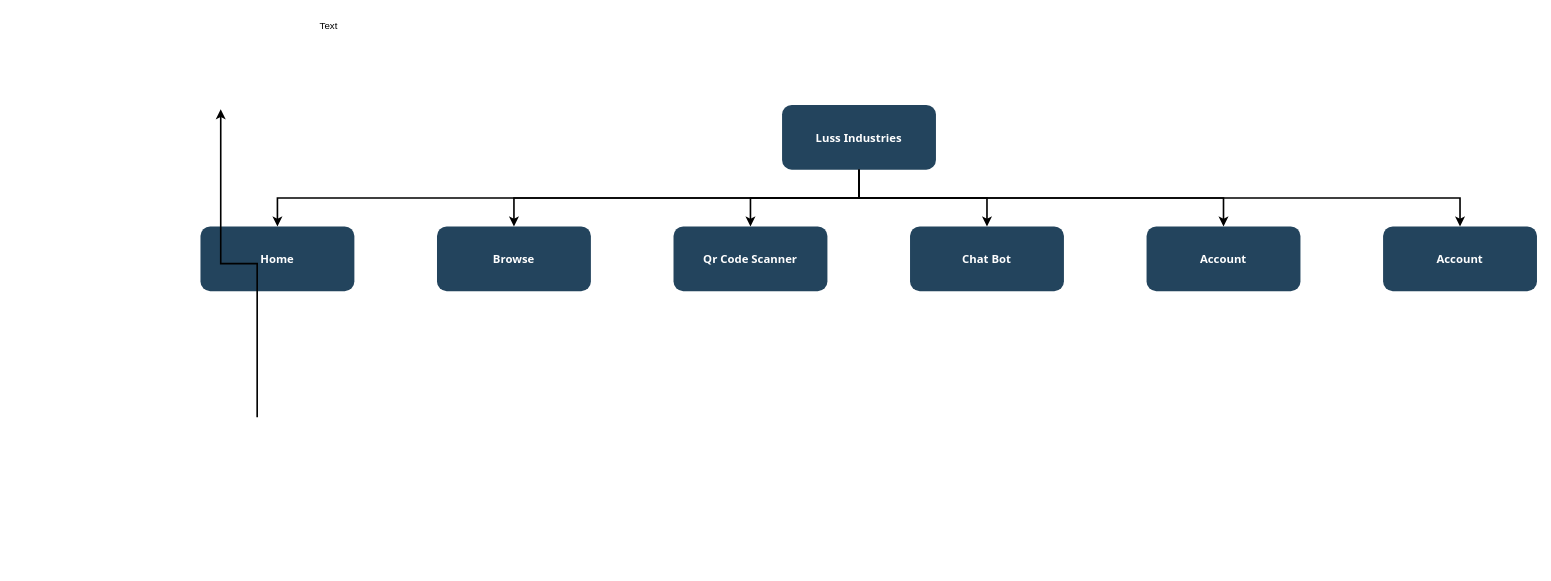
Before: Untitled Diagram.drawio in alishgosai/draw-io, a draw.io diagram. Source tidied: cells renumbered, new cells numbered last; positions are measured from the earlier drawing's top-left corner, leaving out a move shared by most shapes. Both pictures are drawn from the tidied source at 81%, with x=0, y=0 at pixel (200, 14).
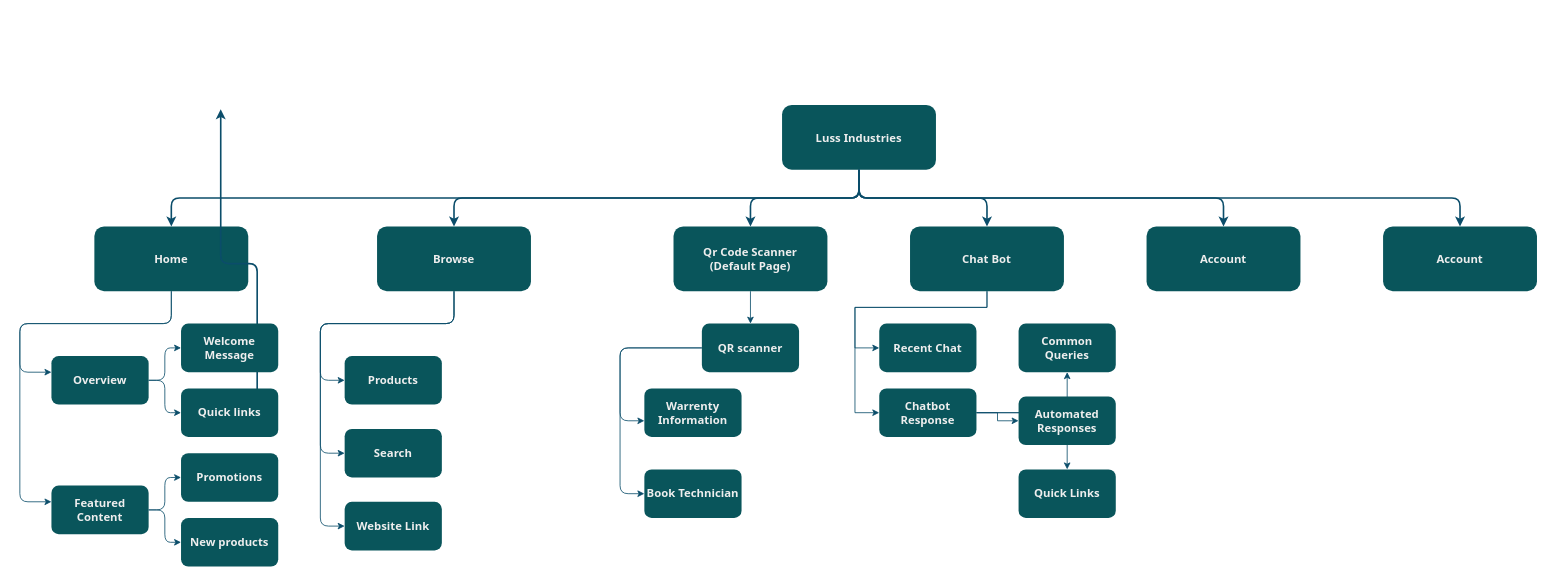
The same page after the edit.

Change to the diagram source:
```diff
@@
-    <mxCell id="2" value="Luss Industries" style="rounded=1;fillColor=#23445D;gradientColor=none;strokeColor=none;fontColor=#FFFFFF;fontStyle=1;fontFamily=Tahoma;fontSize=14;flipH=0;" parent="1" vertex="1">
+    <mxCell id="2" value="Luss Industries" style="rounded=1;fillColor=#09555B;strokeColor=none;fontColor=#EEEEEE;fontStyle=1;fontFamily=Tahoma;fontSize=14;flipH=0;labelBackgroundColor=none;" parent="1" vertex="1">
       <mxGeometry x="718" y="112" width="190" height="80" as="geometry" />
     </mxCell>
-    <mxCell id="3" value="Account" style="rounded=1;fillColor=#23445D;gradientColor=none;strokeColor=none;fontColor=#FFFFFF;fontStyle=1;fontFamily=Tahoma;fontSize=14;direction=west;flipH=0;" parent="1" vertex="1">
+    <mxCell id="3" value="Account" style="rounded=1;fillColor=#09555B;strokeColor=none;fontColor=#EEEEEE;fontStyle=1;fontFamily=Tahoma;fontSize=14;direction=west;flipH=0;labelBackgroundColor=none;" parent="1" vertex="1">
       <mxGeometry x="1168" y="262" width="190" height="80" as="geometry" />
     </mxCell>
-    <mxCell id="4" style="edgeStyle=elbowEdgeStyle;elbow=vertical;strokeWidth=2;rounded=0;" parent="1" edge="1" source="2" target="3">
+    <mxCell id="4" style="edgeStyle=elbowEdgeStyle;elbow=vertical;strokeWidth=2;rounded=1;labelBackgroundColor=none;strokeColor=#0B4D6A;fontColor=default;" parent="1" edge="1" source="2" target="3">
       <mxGeometry x="337" y="215.5" as="geometry" />
     </mxCell>
+    <mxCell id="17" style="edgeStyle=orthogonalEdgeStyle;rounded=1;jettySize=auto;html=1;labelBackgroundColor=none;strokeColor=#0B4D6A;fontColor=default;" parent="1" edge="1" source="5" target="40">
+      <mxGeometry relative="1" as="geometry" />
+    </mxCell>
-    <mxCell id="5" value="Qr Code Scanner" style="rounded=1;fillColor=#23445D;gradientColor=none;strokeColor=none;fontColor=#FFFFFF;fontStyle=1;fontFamily=Tahoma;fontSize=14;direction=west;flipH=1;flipV=1;" parent="1" vertex="1">
+    <mxCell id="5" value="Qr Code Scanner&#10;(Default Page)" style="rounded=1;fillColor=#09555B;strokeColor=none;fontColor=#EEEEEE;fontStyle=1;fontFamily=Tahoma;fontSize=14;direction=west;flipH=1;flipV=1;labelBackgroundColor=none;" parent="1" vertex="1">
       <mxGeometry x="584" y="262" width="190" height="80" as="geometry" />
     </mxCell>
+    <mxCell id="18" style="edgeStyle=orthogonalEdgeStyle;rounded=1;jettySize=auto;html=1;labelBackgroundColor=none;strokeColor=#0B4D6A;fontColor=default;" parent="1" edge="1" source="6" target="35">
+      <mxGeometry relative="1" as="geometry">
+        <Array as="points">
+          <mxPoint x="313" y="382" />
+          <mxPoint x="148" y="382" />
+          <mxPoint x="148" y="452" />
+        </Array>
+      </mxGeometry>
+    </mxCell>
+    <mxCell id="19" style="edgeStyle=orthogonalEdgeStyle;rounded=1;jettySize=auto;html=1;labelBackgroundColor=none;strokeColor=#0B4D6A;fontColor=default;" parent="1" edge="1" source="6" target="36">
+      <mxGeometry relative="1" as="geometry">
+        <Array as="points">
+          <mxPoint x="313" y="382" />
+          <mxPoint x="148" y="382" />
+          <mxPoint x="148" y="542" />
+        </Array>
+      </mxGeometry>
+    </mxCell>
+    <mxCell id="20" style="edgeStyle=orthogonalEdgeStyle;rounded=1;jettySize=auto;html=1;labelBackgroundColor=none;strokeColor=#0B4D6A;fontColor=default;" parent="1" edge="1" source="6" target="37">
+      <mxGeometry relative="1" as="geometry">
+        <Array as="points">
+          <mxPoint x="313" y="382" />
+          <mxPoint x="148" y="382" />
+          <mxPoint x="148" y="632" />
+        </Array>
+      </mxGeometry>
+    </mxCell>
-    <mxCell id="6" value="Browse" style="rounded=1;fillColor=#23445D;gradientColor=none;strokeColor=none;fontColor=#FFFFFF;fontStyle=1;fontFamily=Tahoma;fontSize=14;direction=west;flipH=0;" parent="1" vertex="1">
-      <mxGeometry x="292" y="262" width="190" height="80" as="geometry" />
+    <mxCell id="6" value="Browse" style="rounded=1;fillColor=#09555B;strokeColor=none;fontColor=#EEEEEE;fontStyle=1;fontFamily=Tahoma;fontSize=14;direction=west;flipH=0;labelBackgroundColor=none;" parent="1" vertex="1">
+      <mxGeometry x="218" y="262" width="190" height="80" as="geometry" />
     </mxCell>
+    <mxCell id="21" style="edgeStyle=orthogonalEdgeStyle;rounded=1;jettySize=auto;html=1;labelBackgroundColor=none;strokeColor=#0B4D6A;fontColor=default;" parent="1" edge="1" source="7" target="27">
+      <mxGeometry relative="1" as="geometry">
+        <Array as="points">
+          <mxPoint x="-36" y="382" />
+          <mxPoint x="-223" y="382" />
+          <mxPoint x="-223" y="442" />
+        </Array>
+      </mxGeometry>
+    </mxCell>
+    <mxCell id="22" style="edgeStyle=orthogonalEdgeStyle;rounded=1;jettySize=auto;html=1;labelBackgroundColor=none;strokeColor=#0B4D6A;fontColor=default;" parent="1" edge="1" source="7" target="28">
+      <mxGeometry relative="1" as="geometry">
+        <Array as="points">
+          <mxPoint x="-36" y="382" />
+          <mxPoint x="-223" y="382" />
+          <mxPoint x="-223" y="602" />
+        </Array>
+      </mxGeometry>
+    </mxCell>
-    <mxCell id="7" value="Home" style="rounded=1;fillColor=#23445D;gradientColor=none;strokeColor=none;fontColor=#FFFFFF;fontStyle=1;fontFamily=Tahoma;fontSize=14;direction=west;flipH=0;" parent="1" vertex="1">
-      <mxGeometry y="262" width="190" height="80" as="geometry" />
+    <mxCell id="7" value="Home" style="rounded=1;fillColor=#09555B;strokeColor=none;fontColor=#EEEEEE;fontStyle=1;fontFamily=Tahoma;fontSize=14;direction=west;flipH=0;labelBackgroundColor=none;" parent="1" vertex="1">
+      <mxGeometry x="-131" y="262" width="190" height="80" as="geometry" />
     </mxCell>
-    <mxCell id="8" style="edgeStyle=elbowEdgeStyle;elbow=vertical;strokeWidth=2;rounded=0;" parent="1" edge="1" source="2" target="6">
+    <mxCell id="8" style="edgeStyle=elbowEdgeStyle;elbow=vertical;strokeWidth=2;rounded=1;labelBackgroundColor=none;strokeColor=#0B4D6A;fontColor=default;" parent="1" edge="1" source="2" target="6">
       <mxGeometry x="347" y="225.5" as="geometry" />
     </mxCell>
-    <mxCell id="9" style="edgeStyle=elbowEdgeStyle;elbow=vertical;strokeWidth=2;rounded=0;" parent="1" edge="1" source="2" target="7">
+    <mxCell id="9" style="edgeStyle=elbowEdgeStyle;elbow=vertical;strokeWidth=2;rounded=1;labelBackgroundColor=none;strokeColor=#0B4D6A;fontColor=default;" parent="1" edge="1" source="2" target="7">
       <mxGeometry x="-23" y="135.5" as="geometry" />
     </mxCell>
-    <mxCell id="10" style="edgeStyle=elbowEdgeStyle;elbow=vertical;rounded=0;strokeWidth=2;" parent="1" edge="1">
+    <mxCell id="10" style="edgeStyle=elbowEdgeStyle;elbow=vertical;rounded=1;strokeWidth=2;labelBackgroundColor=none;strokeColor=#0B4D6A;fontColor=default;" parent="1" edge="1">
       <mxGeometry x="-23" y="135.5" as="geometry">
         <mxPoint x="70" y="497.5" as="sourcePoint" />
         <mxPoint x="25" y="117.5" as="targetPoint" />
       </mxGeometry>
     </mxCell>
-    <mxCell id="11" style="edgeStyle=elbowEdgeStyle;elbow=vertical;strokeWidth=2;rounded=0;exitX=0.5;exitY=1;exitDx=0;exitDy=0;entryX=0.5;entryY=1;entryDx=0;entryDy=0;" parent="1" edge="1" source="2" target="13">
+    <mxCell id="11" style="edgeStyle=elbowEdgeStyle;elbow=vertical;strokeWidth=2;rounded=1;exitX=0.5;exitY=1;exitDx=0;exitDy=0;entryX=0.5;entryY=1;entryDx=0;entryDy=0;labelBackgroundColor=none;strokeColor=#0B4D6A;fontColor=default;" parent="1" edge="1" source="2" target="13">
       <mxGeometry x="347" y="225.5" as="geometry" />
     </mxCell>
-    <mxCell id="12" style="edgeStyle=elbowEdgeStyle;elbow=vertical;strokeWidth=2;rounded=0;exitX=0.5;exitY=1;exitDx=0;exitDy=0;entryX=0.5;entryY=1;entryDx=0;entryDy=0;" parent="1" edge="1" source="2" target="5">
+    <mxCell id="12" style="edgeStyle=elbowEdgeStyle;elbow=vertical;strokeWidth=2;rounded=1;exitX=0.5;exitY=1;exitDx=0;exitDy=0;entryX=0.5;entryY=1;entryDx=0;entryDy=0;labelBackgroundColor=none;strokeColor=#0B4D6A;fontColor=default;" parent="1" edge="1" source="2" target="5">
       <mxGeometry x="347" y="225.5" as="geometry" />
     </mxCell>
+    <mxCell id="23" style="edgeStyle=orthogonalEdgeStyle;rounded=0;jettySize=auto;html=1;strokeColor=#0B4D6A;" parent="1" edge="1" source="13" target="43">
+      <mxGeometry relative="1" as="geometry">
+        <Array as="points">
+          <mxPoint x="971" y="362" />
+          <mxPoint x="808" y="362" />
+          <mxPoint x="808" y="412" />
+        </Array>
+      </mxGeometry>
+    </mxCell>
+    <mxCell id="24" style="edgeStyle=orthogonalEdgeStyle;rounded=0;jettySize=auto;html=1;strokeColor=#0B4D6A;entryX=0;entryY=0.5;entryDx=0;entryDy=0;" parent="1" edge="1" source="13" target="47">
+      <mxGeometry relative="1" as="geometry">
+        <Array as="points">
+          <mxPoint x="971" y="362" />
+          <mxPoint x="808" y="362" />
+          <mxPoint x="808" y="492" />
+        </Array>
+      </mxGeometry>
+    </mxCell>
-    <mxCell id="13" value="Chat Bot" style="rounded=1;fillColor=#23445D;gradientColor=none;strokeColor=none;fontColor=#FFFFFF;fontStyle=1;fontFamily=Tahoma;fontSize=14;direction=west;flipH=0;" parent="1" vertex="1">
+    <mxCell id="13" value="Chat Bot" style="rounded=1;fillColor=#09555B;strokeColor=none;fontColor=#EEEEEE;fontStyle=1;fontFamily=Tahoma;fontSize=14;direction=west;flipH=0;labelBackgroundColor=none;" parent="1" vertex="1">
       <mxGeometry x="876" y="262" width="190" height="80" as="geometry" />
     </mxCell>
-    <mxCell id="14" value="Text" style="text;html=1;align=center;verticalAlign=middle;strokeColor=none;fillColor=none;" parent="1" vertex="1">
-      <mxGeometry x="133" width="50" height="30" as="geometry" />
-    </mxCell>
-    <mxCell id="15" value="Account" style="rounded=1;fillColor=#23445D;gradientColor=none;strokeColor=none;fontColor=#FFFFFF;fontStyle=1;fontFamily=Tahoma;fontSize=14;direction=west;flipH=0;" parent="1" vertex="1">
+    <mxCell id="15" value="Account" style="rounded=1;fillColor=#09555B;strokeColor=none;fontColor=#EEEEEE;fontStyle=1;fontFamily=Tahoma;fontSize=14;direction=west;flipH=0;labelBackgroundColor=none;" parent="1" vertex="1">
       <mxGeometry x="1460" y="262" width="190" height="80" as="geometry" />
     </mxCell>
-    <mxCell id="16" style="edgeStyle=elbowEdgeStyle;elbow=vertical;strokeWidth=2;rounded=0;exitX=0.5;exitY=1;exitDx=0;exitDy=0;entryX=0.5;entryY=1;entryDx=0;entryDy=0;" parent="1" edge="1" source="2" target="15">
+    <mxCell id="16" style="edgeStyle=elbowEdgeStyle;elbow=vertical;strokeWidth=2;rounded=1;exitX=0.5;exitY=1;exitDx=0;exitDy=0;entryX=0.5;entryY=1;entryDx=0;entryDy=0;labelBackgroundColor=none;strokeColor=#0B4D6A;fontColor=default;" parent="1" edge="1" source="2" target="15">
       <mxGeometry x="337" y="215.5" as="geometry" />
     </mxCell>
+    <mxCell id="25" style="edgeStyle=orthogonalEdgeStyle;rounded=1;jettySize=auto;html=1;entryX=0;entryY=0.5;entryDx=0;entryDy=0;labelBackgroundColor=none;strokeColor=#0B4D6A;fontColor=default;" parent="1" edge="1" source="27" target="29">
+      <mxGeometry relative="1" as="geometry" />
+    </mxCell>
+    <mxCell id="26" style="edgeStyle=orthogonalEdgeStyle;rounded=1;jettySize=auto;html=1;entryX=0;entryY=0.5;entryDx=0;entryDy=0;labelBackgroundColor=none;strokeColor=#0B4D6A;fontColor=default;" parent="1" edge="1" source="27" target="30">
+      <mxGeometry relative="1" as="geometry" />
+    </mxCell>
+    <mxCell id="27" value="Overview" style="whiteSpace=wrap;html=1;fontSize=14;fontFamily=Tahoma;fillColor=#09555B;strokeColor=none;fontColor=#EEEEEE;rounded=1;fontStyle=1;labelBackgroundColor=none;" parent="1" vertex="1">
+      <mxGeometry x="-184" y="422" width="120" height="60" as="geometry" />
+    </mxCell>
+    <mxCell id="28" value="Featured Content" style="whiteSpace=wrap;html=1;fontSize=14;fontFamily=Tahoma;fillColor=#09555B;strokeColor=none;fontColor=#EEEEEE;rounded=1;fontStyle=1;labelBackgroundColor=none;" parent="1" vertex="1">
+      <mxGeometry x="-184" y="582" width="120" height="60" as="geometry" />
+    </mxCell>
+    <mxCell id="29" value="Welcome Message" style="whiteSpace=wrap;html=1;fontSize=14;fontFamily=Tahoma;fillColor=#09555B;strokeColor=none;fontColor=#EEEEEE;rounded=1;fontStyle=1;labelBackgroundColor=none;" parent="1" vertex="1">
+      <mxGeometry x="-24" y="382" width="120" height="60" as="geometry" />
+    </mxCell>
+    <mxCell id="30" value="Quick links" style="whiteSpace=wrap;html=1;fontSize=14;fontFamily=Tahoma;fillColor=#09555B;strokeColor=none;fontColor=#EEEEEE;rounded=1;fontStyle=1;labelBackgroundColor=none;" parent="1" vertex="1">
+      <mxGeometry x="-24" y="462" width="120" height="60" as="geometry" />
+    </mxCell>
+    <mxCell id="31" style="edgeStyle=orthogonalEdgeStyle;rounded=1;jettySize=auto;html=1;entryX=0;entryY=0.5;entryDx=0;entryDy=0;exitX=1;exitY=0.5;exitDx=0;exitDy=0;labelBackgroundColor=none;strokeColor=#0B4D6A;fontColor=default;" parent="1" edge="1" source="28" target="33">
+      <mxGeometry relative="1" as="geometry" />
+    </mxCell>
+    <mxCell id="32" style="edgeStyle=orthogonalEdgeStyle;rounded=1;jettySize=auto;html=1;entryX=0;entryY=0.5;entryDx=0;entryDy=0;exitX=1;exitY=0.5;exitDx=0;exitDy=0;labelBackgroundColor=none;strokeColor=#0B4D6A;fontColor=default;" parent="1" edge="1" source="28" target="34">
+      <mxGeometry relative="1" as="geometry">
+        <Array as="points">
+          <mxPoint x="-44" y="612" />
+          <mxPoint x="-44" y="652" />
+        </Array>
+      </mxGeometry>
+    </mxCell>
+    <mxCell id="33" value="Promotions" style="whiteSpace=wrap;html=1;fontSize=14;fontFamily=Tahoma;fillColor=#09555B;strokeColor=none;fontColor=#EEEEEE;rounded=1;fontStyle=1;labelBackgroundColor=none;" parent="1" vertex="1">
+      <mxGeometry x="-24" y="542" width="120" height="60" as="geometry" />
+    </mxCell>
+    <mxCell id="34" value="New products" style="whiteSpace=wrap;html=1;fontSize=14;fontFamily=Tahoma;fillColor=#09555B;strokeColor=none;fontColor=#EEEEEE;rounded=1;fontStyle=1;labelBackgroundColor=none;" parent="1" vertex="1">
+      <mxGeometry x="-24" y="622" width="120" height="60" as="geometry" />
+    </mxCell>
+    <mxCell id="35" value="Products" style="whiteSpace=wrap;html=1;fontSize=14;fontFamily=Tahoma;fillColor=#09555B;strokeColor=none;fontColor=#EEEEEE;rounded=1;fontStyle=1;labelBackgroundColor=none;" parent="1" vertex="1">
+      <mxGeometry x="178" y="422" width="120" height="60" as="geometry" />
+    </mxCell>
+    <mxCell id="36" value="Search" style="whiteSpace=wrap;html=1;fontSize=14;fontFamily=Tahoma;fillColor=#09555B;strokeColor=none;fontColor=#EEEEEE;rounded=1;fontStyle=1;labelBackgroundColor=none;" parent="1" vertex="1">
+      <mxGeometry x="178" y="512" width="120" height="60" as="geometry" />
+    </mxCell>
+    <mxCell id="37" value="Website Link" style="whiteSpace=wrap;html=1;fontSize=14;fontFamily=Tahoma;fillColor=#09555B;strokeColor=none;fontColor=#EEEEEE;rounded=1;fontStyle=1;labelBackgroundColor=none;" parent="1" vertex="1">
+      <mxGeometry x="178" y="602" width="120" height="60" as="geometry" />
+    </mxCell>
+    <mxCell id="38" style="edgeStyle=orthogonalEdgeStyle;rounded=1;jettySize=auto;html=1;labelBackgroundColor=none;strokeColor=#0B4D6A;fontColor=default;" parent="1" edge="1" source="40" target="41">
+      <mxGeometry relative="1" as="geometry">
+        <Array as="points">
+          <mxPoint x="518" y="412" />
+          <mxPoint x="518" y="502" />
+        </Array>
+      </mxGeometry>
+    </mxCell>
+    <mxCell id="39" style="edgeStyle=orthogonalEdgeStyle;rounded=1;jettySize=auto;html=1;labelBackgroundColor=none;strokeColor=#0B4D6A;fontColor=default;" parent="1" edge="1" source="40" target="42">
+      <mxGeometry relative="1" as="geometry">
+        <Array as="points">
+          <mxPoint x="518" y="412" />
+          <mxPoint x="518" y="592" />
+        </Array>
+      </mxGeometry>
+    </mxCell>
+    <mxCell id="40" value="QR scanner" style="whiteSpace=wrap;html=1;fontSize=14;fontFamily=Tahoma;fillColor=#09555B;strokeColor=none;fontColor=#EEEEEE;rounded=1;fontStyle=1;labelBackgroundColor=none;" parent="1" vertex="1">
+      <mxGeometry x="619" y="382" width="120" height="60" as="geometry" />
+    </mxCell>
+    <mxCell id="41" value="Warrenty Information" style="whiteSpace=wrap;html=1;fontSize=14;fontFamily=Tahoma;fillColor=#09555B;strokeColor=none;fontColor=#EEEEEE;rounded=1;fontStyle=1;labelBackgroundColor=none;" parent="1" vertex="1">
+      <mxGeometry x="548" y="462" width="120" height="60" as="geometry" />
+    </mxCell>
+    <mxCell id="42" value="Book Technician" style="whiteSpace=wrap;html=1;fontSize=14;fontFamily=Tahoma;fillColor=#09555B;strokeColor=none;fontColor=#EEEEEE;rounded=1;fontStyle=1;labelBackgroundColor=none;" parent="1" vertex="1">
+      <mxGeometry x="548" y="562" width="120" height="60" as="geometry" />
+    </mxCell>
+    <mxCell id="43" value="Recent Chat" style="whiteSpace=wrap;html=1;fontSize=14;fontFamily=Tahoma;fillColor=#09555B;strokeColor=none;fontColor=#EEEEEE;rounded=1;fontStyle=1;labelBackgroundColor=none;" parent="1" vertex="1">
+      <mxGeometry x="838" y="382" width="120" height="60" as="geometry" />
+    </mxCell>
+    <mxCell id="44" style="edgeStyle=orthogonalEdgeStyle;rounded=0;jettySize=auto;html=1;strokeColor=#0B4D6A;" parent="1" edge="1" source="47" target="48">
+      <mxGeometry relative="1" as="geometry" />
+    </mxCell>
+    <mxCell id="45" style="edgeStyle=orthogonalEdgeStyle;rounded=0;jettySize=auto;html=1;strokeColor=#0B4D6A;" parent="1" edge="1" source="47" target="49">
+      <mxGeometry relative="1" as="geometry" />
+    </mxCell>
+    <mxCell id="46" style="edgeStyle=orthogonalEdgeStyle;rounded=0;jettySize=auto;html=1;strokeColor=#0B4D6A;" parent="1" edge="1" source="47" target="50">
+      <mxGeometry relative="1" as="geometry" />
+    </mxCell>
+    <mxCell id="47" value="Chatbot Response" style="whiteSpace=wrap;html=1;fontSize=14;fontFamily=Tahoma;fillColor=#09555B;strokeColor=none;fontColor=#EEEEEE;rounded=1;fontStyle=1;labelBackgroundColor=none;" parent="1" vertex="1">
+      <mxGeometry x="838" y="462" width="120" height="60" as="geometry" />
+    </mxCell>
+    <mxCell id="48" value="Common Queries" style="whiteSpace=wrap;html=1;fontSize=14;fontFamily=Tahoma;fillColor=#09555B;strokeColor=none;fontColor=#EEEEEE;rounded=1;fontStyle=1;labelBackgroundColor=none;" parent="1" vertex="1">
+      <mxGeometry x="1010" y="382" width="120" height="60" as="geometry" />
+    </mxCell>
+    <mxCell id="49" value="Automated Responses" style="whiteSpace=wrap;html=1;fontSize=14;fontFamily=Tahoma;fillColor=#09555B;strokeColor=none;fontColor=#EEEEEE;rounded=1;fontStyle=1;labelBackgroundColor=none;" parent="1" vertex="1">
+      <mxGeometry x="1010" y="472" width="120" height="60" as="geometry" />
+    </mxCell>
+    <mxCell id="50" value="Quick Links" style="whiteSpace=wrap;html=1;fontSize=14;fontFamily=Tahoma;fillColor=#09555B;strokeColor=none;fontColor=#EEEEEE;rounded=1;fontStyle=1;labelBackgroundColor=none;" parent="1" vertex="1">
+      <mxGeometry x="1010" y="562" width="120" height="60" as="geometry" />
+    </mxCell>
```
